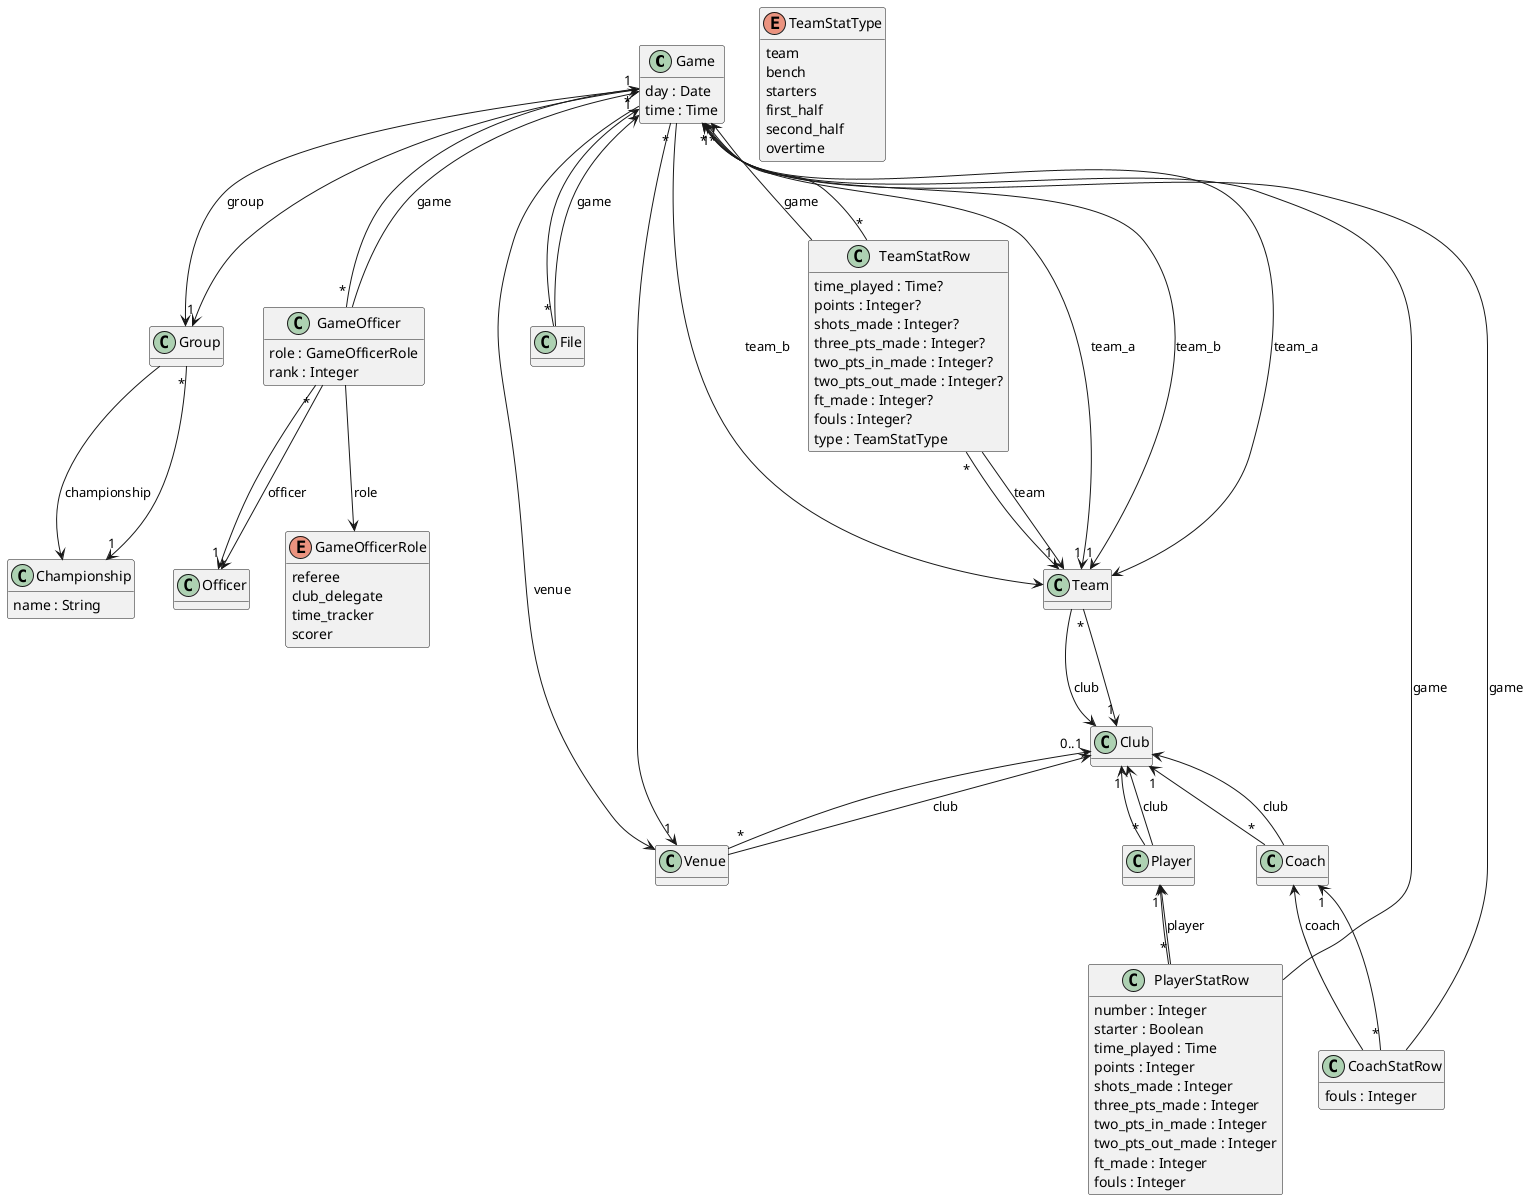
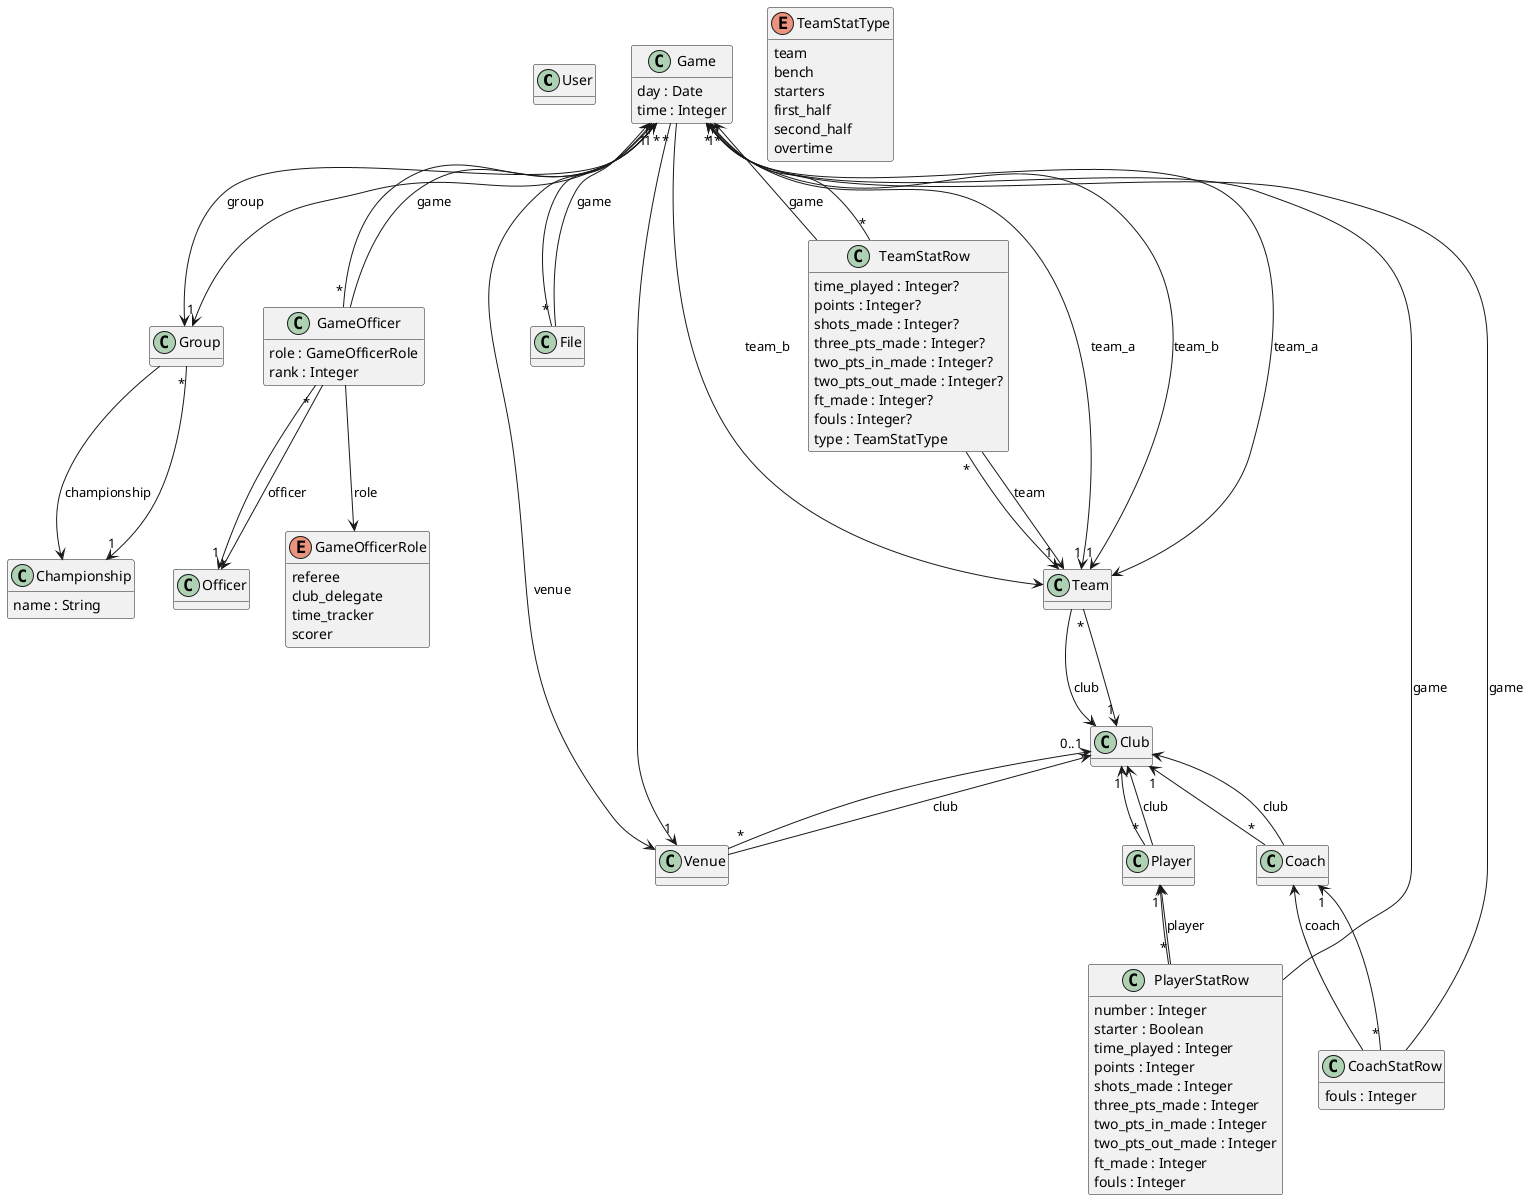
@startuml

hide methods
skinparam classAttributeIconSize 0

' =========================
' Entities
' =========================

+ class User {
+   first_name : String(50)
+ }
+ 
class Game {
  day : Date
-   time : Time
+   time : Integer
  game_number : String(20)
}

class Championship {
  name : String
  season : String(9)
}

class Group {
  name : String(50)
}

class Player {
  last_name : String(50)
  first_name : String(50)
}

class Coach {
  last_name : String(50)
  first_name : String(50)
}

class Officer {
  name : String(100)
}

class GameOfficer {
  role : GameOfficerRole
  rank : Integer
}

enum GameOfficerRole {
  referee
  club_delegate
  time_tracker
  scorer
}

class PlayerStatRow {
  number : Integer
  starter : Boolean
-   time_played : Time
+   time_played : Integer
  points : Integer
  shots_made : Integer
  three_pts_made : Integer
  two_pts_in_made : Integer
  two_pts_out_made : Integer
  ft_made : Integer
  fouls : Integer
}

class CoachStatRow {
  fouls : Integer
}

enum TeamStatType {
  team
  bench
  starters
  first_half
  second_half
  overtime
}

class TeamStatRow {
-   time_played : Time?
+   time_played : Integer?
  points : Integer?
  shots_made : Integer?
  three_pts_made : Integer?
  two_pts_in_made : Integer?
  two_pts_out_made : Integer?
  ft_made : Integer?
  fouls : Integer?
  type : TeamStatType
}

class File {
  name : String(100)
  location : String(256)
}

class Team {
  name : String(100)
  suffix : String(10)?
}

class Club {
  name : String(100)
  code : String(20)?
}

class Venue {
  address : String(256)
}

' =========================
' Relationships
' =========================

Game --> Venue : venue
Game --> Group : group
Game --> Team : team_a
Game --> Team : team_b

GameOfficer --> Game : game
GameOfficer --> Officer : officer
GameOfficer --> GameOfficerRole : role

Group --> Championship : championship

Player --> Club : club
Coach --> Club : club

PlayerStatRow --> Game : game
PlayerStatRow --> Player : player

CoachStatRow --> Game : game
CoachStatRow --> Coach : coach

TeamStatRow --> Game : game
TeamStatRow --> Team : team

Team --> Club : club

Venue --> Club : club

File --> Game : game

' =========================
' Cardinalities
' =========================

Championship "1" <-- "*" Group
Group "1" <-- "*" Game

Venue "1" <-- "*" Game

Team "1" <-- "*" Game : team_a
Team "1" <-- "*" Game : team_b

Game "1" <-- "*" GameOfficer
Officer "1" <-- "*" GameOfficer

Club "0..1" <-- "*" Venue
Club "1" <-- "*" Team
Club "1" <-- "*" Player
Club "1" <-- "*" Coach

Player "1" <-- "*" PlayerStatRow
Coach "1" <-- "*" CoachStatRow

Game "1" <-- "*" TeamStatRow
Team "1" <-- "*" TeamStatRow

Game "1" <-- "*" File

@enduml
